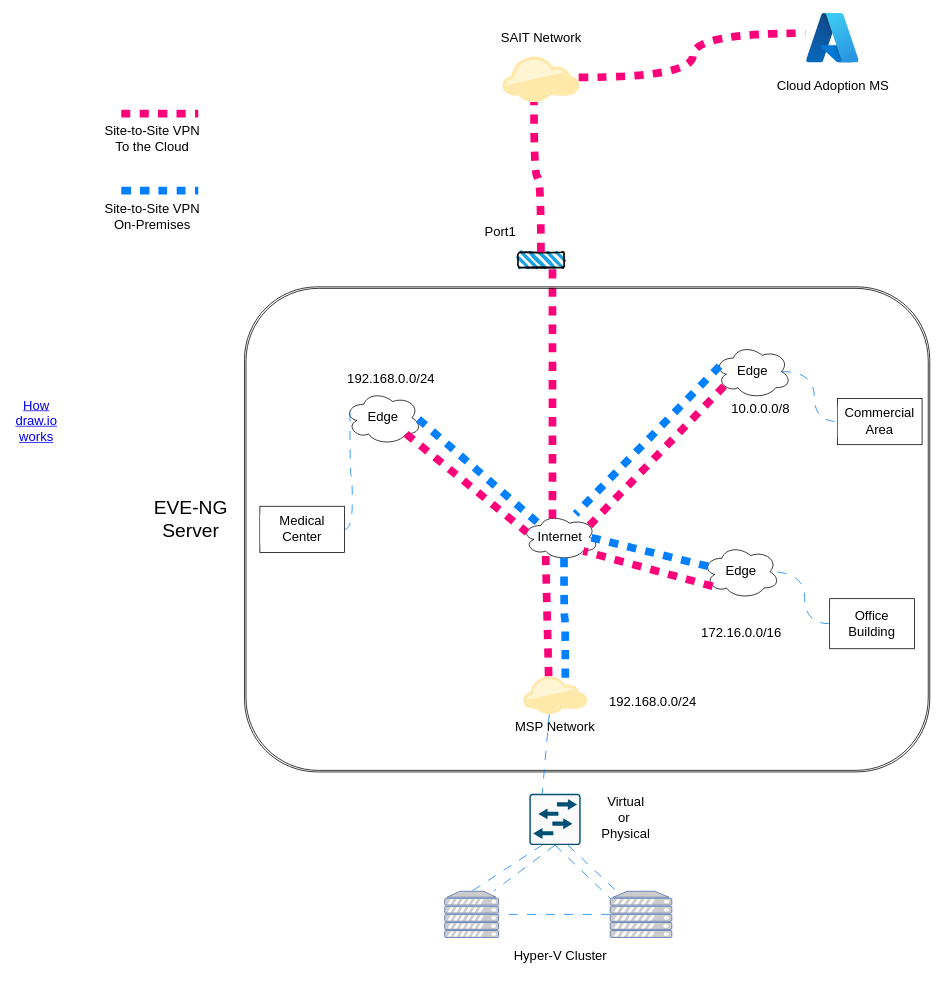
This is Capstone/Capstone-Network.drawio from Sohal-03/Draw.io, a draw.io file, before an edit. Source tidied: cells renumbered, new cells numbered last; positions are measured from the earlier drawing's top-left corner, leaving out a move shared by most shapes. Both pictures are drawn from the tidied source at 77%, with x=0, y=0 at pixel (13, 13).
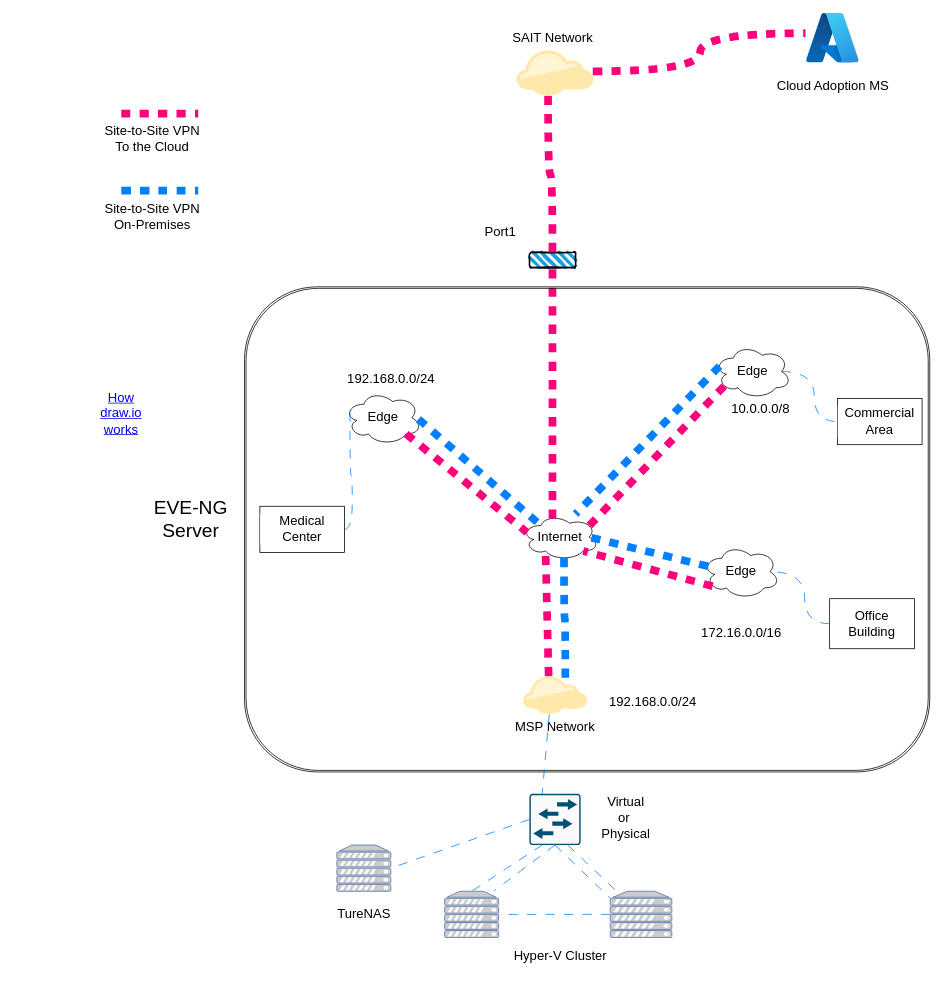
The same diagram, later.

Commit message:
Basic Outside Network created

Unchanged cells that the change refers to:
```xml
<mxCell id="5" value="&lt;font style=&quot;font-size: 17px;&quot;&gt;Internet&lt;/font&gt;" style="ellipse;shape=cloud;whiteSpace=wrap;html=1;" parent="1" vertex="1">
  <mxGeometry x="660" y="650" width="100" height="60" as="geometry" />
</mxCell>
<mxCell id="27" style="sketch=0;points=[[0.015,0.015,0],[0.985,0.015,0],[0.985,0.985,0],[0.015,0.985,0],[0.25,0,0],[0.5,0,0],[0.75,0,0],[1,0.25,0],[1,0.5,0],[1,0.75,0],[0.75,1,0],[0.5,1,0],[0.25,1,0],[0,0.75,0],[0,0.5,0],[0,0.25,0]];verticalLabelPosition=bottom;html=1;verticalAlign=top;align=center;shape=mxgraph.cisco19.rect;prIcon=l2_switch;fillColor=#FAFAFA;strokeColor=#005073;" parent="1" vertex="1">
  <mxGeometry x="670" y="1013.4" width="66.6" height="66.6" as="geometry" />
</mxCell>
```

What changed in the source:
```diff
@@
-    <mxCell id="15" style="curved=1;rounded=0;fixDash=1;endArrow=none;strokeWidth=10;fillColor=none;edgeStyle=orthogonalEdgeStyle;html=1;strokeColor=#ff007b;align=center;verticalAlign=middle;fontFamily=Helvetica;fontSize=11;fontColor=default;labelBackgroundColor=default;flowAnimation=1;exitX=0.4;exitY=0.1;exitDx=0;exitDy=0;exitPerimeter=0;entryX=0.75;entryY=1;entryDx=0;entryDy=0;dashed=1;dashPattern=12 12;" parent="1" edge="1" source="5" target="24">
+    <mxCell id="15" style="curved=1;rounded=0;fixDash=1;endArrow=none;strokeWidth=10;fillColor=none;edgeStyle=orthogonalEdgeStyle;html=1;strokeColor=#ff007b;align=center;verticalAlign=middle;fontFamily=Helvetica;fontSize=11;fontColor=default;labelBackgroundColor=default;flowAnimation=1;exitX=0.4;exitY=0.1;exitDx=0;exitDy=0;exitPerimeter=0;entryX=0.5;entryY=1;entryDx=0;entryDy=0;dashed=1;dashPattern=12 12;" parent="1" edge="1" source="5" target="24">
       <mxGeometry relative="1" as="geometry" />
     </mxCell>
@@
     <mxCell id="20" value="&lt;font style=&quot;font-size: 17px;&quot;&gt;SAIT Network&lt;/font&gt;" style="text;html=1;align=center;verticalAlign=middle;strokeColor=none;fillColor=none;fontFamily=Helvetica;fontSize=11;fontColor=default;labelBackgroundColor=default;" parent="1" vertex="1">
-      <mxGeometry x="620" y="17.1" width="130" height="30" as="geometry" />
+      <mxGeometry x="635" y="17.1" width="130" height="30" as="geometry" />
     </mxCell>
@@
     <mxCell id="24" style="rounded=1;whiteSpace=wrap;html=1;strokeWidth=2;fillWeight=4;hachureGap=8;hachureAngle=45;fillColor=#1ba1e2;sketch=1;" parent="1" vertex="1">
-      <mxGeometry x="655" y="310" width="60" height="20" as="geometry" />
+      <mxGeometry x="670" y="310" width="60" height="20" as="geometry" />
     </mxCell>
@@
     <mxCell id="35" style="points=[[0,0.64,0],[0.2,0.15,0],[0.4,0.01,0],[0.79,0.25,0],[1,0.65,0],[0.8,0.86,0],[0.41,1,0],[0.16,0.86,0]];verticalLabelPosition=bottom;sketch=0;html=1;verticalAlign=top;align=center;shape=mxgraph.cisco19.cloud2;fillColor=#FFE9AA;strokeColor=none;" parent="1" vertex="1">
-      <mxGeometry x="635" y="55" width="100" height="60" as="geometry" />
+      <mxGeometry x="653.3" y="47.1" width="100" height="60" as="geometry" />
     </mxCell>
@@
     <mxCell id="51" value="&lt;font style=&quot;font-size: 17px;&quot;&gt;How draw.io works&lt;/font&gt;" style="text;html=1;strokeColor=none;fillColor=none;whiteSpace=wrap;align=center;verticalAlign=middle;fontColor=#0000EE;fontStyle=4;" parent="1" vertex="1">
-      <mxGeometry y="510" width="60" height="40" as="geometry" />
+      <mxGeometry x="110" y="500" width="60" height="40" as="geometry" />
     </mxCell>
+    <mxCell id="52" style="fontColor=#0066CC;verticalAlign=top;verticalLabelPosition=bottom;labelPosition=center;align=center;html=1;outlineConnect=0;fillColor=#CCCCCC;strokeColor=#6881B3;gradientColor=none;gradientDirection=north;strokeWidth=2;shape=mxgraph.networks.server;fontFamily=Helvetica;fontSize=11;labelBackgroundColor=default;" parent="1" vertex="1">
+      <mxGeometry x="420" y="1080" width="70" height="60" as="geometry" />
+    </mxCell>
+    <mxCell id="53" style="endArrow=none;html=1;rounded=0;exitX=0;exitY=0.5;exitDx=0;exitDy=0;exitPerimeter=0;entryX=1;entryY=0.5;entryDx=0;entryDy=0;entryPerimeter=0;strokeColor=#007FFF;dashed=1;flowAnimation=1;dashPattern=12 12;strokeWidth=1;shadow=0;" parent="1" edge="1" source="27" target="52">
+      <mxGeometry relative="1" as="geometry" />
+    </mxCell>
+    <mxCell id="54" value="&lt;font style=&quot;font-size: 17px;&quot;&gt;TureNAS&lt;/font&gt;" style="text;html=1;align=center;verticalAlign=middle;strokeColor=none;fillColor=none;" parent="1" vertex="1">
+      <mxGeometry x="410" y="1155" width="90" height="30" as="geometry" />
+    </mxCell>
```
